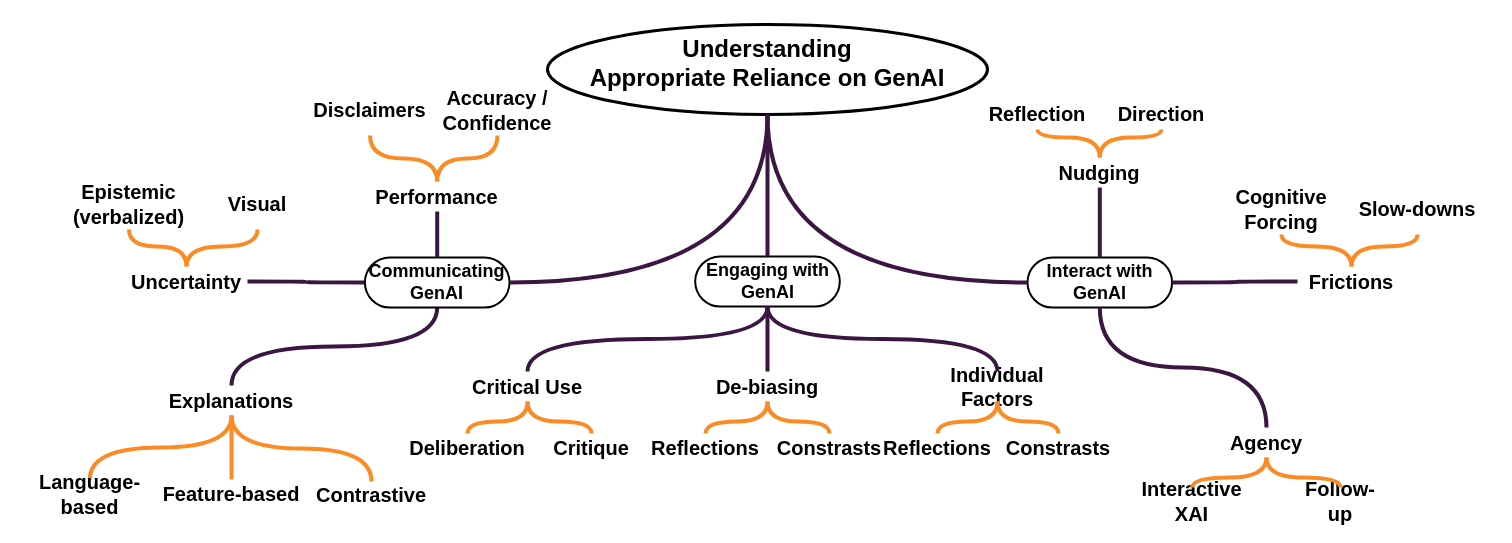
raeeschaudhary/Coursera_Exams keeps this draw.io diagram as ext/chi27-rev-4.1.drawio. Above is the earlier version. Source tidied: cells renumbered, new cells numbered last; positions are measured from the earlier drawing's top-left corner, leaving out a move shared by most shapes. Both pictures are drawn from the tidied source at 100%, with x=0, y=0 at pixel (17, 24).
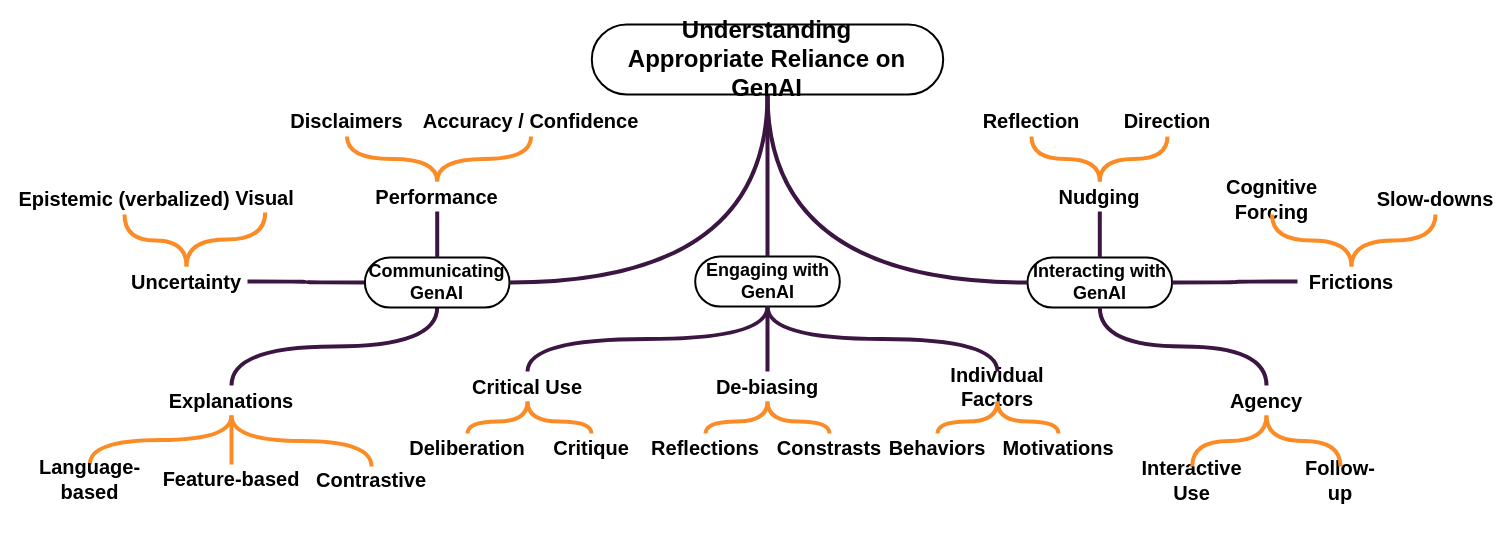
The same page after the edit.

Change to the diagram source:
```diff
@@
-    <mxCell id="2" value="&amp;nbsp;Understanding&amp;nbsp;&lt;div&gt;Appropriate Reliance on GenAI&lt;/div&gt;" style="ellipse;whiteSpace=wrap;html=1;strokeWidth=3;fontFamily=calibri;fontSize=24;fontStyle=1;verticalAlign=top;spacingTop=4;" parent="1" vertex="1">
-      <mxGeometry x="530" width="440" height="90" as="geometry" />
-    </mxCell>
@@
     <mxCell id="13" value="&lt;span style=&quot;font-size: 20px;&quot;&gt;Epistemic (verbalized)&lt;/span&gt;" style="text;html=1;whiteSpace=wrap;strokeColor=none;fillColor=none;align=center;verticalAlign=middle;rounded=0;fontFamily=calibri;fontSize=18;fontStyle=1;" parent="1" vertex="1">
-      <mxGeometry x="40" y="155" width="143" height="50" as="geometry" />
+      <mxGeometry y="160" width="214" height="30" as="geometry" />
     </mxCell>
     <mxCell id="14" value="&lt;span style=&quot;font-size: 20px;&quot;&gt;Visual&lt;/span&gt;" style="text;html=1;whiteSpace=wrap;strokeColor=none;fillColor=none;align=center;verticalAlign=middle;rounded=0;fontFamily=calibri;fontSize=18;fontStyle=1;" parent="1" vertex="1">
-      <mxGeometry x="180" y="155" width="120" height="50" as="geometry" />
+      <mxGeometry x="180" y="160" width="135.3" height="28" as="geometry" />
     </mxCell>
     <mxCell id="15" value="&lt;span&gt;&lt;span style=&quot;font-size:20px;&quot;&gt;Language-based&lt;/span&gt;&lt;/span&gt;" style="text;html=1;whiteSpace=wrap;strokeColor=none;fillColor=none;align=center;verticalAlign=middle;rounded=0;fontFamily=calibri;fontSize=18;fontStyle=1;" parent="1" vertex="1">
-      <mxGeometry y="455" width="144.6" height="30" as="geometry" />
+      <mxGeometry y="440" width="144.6" height="30" as="geometry" />
     </mxCell>
     <mxCell id="16" value="&lt;span style=&quot;font-size: 20px;&quot;&gt;Feature-based&lt;/span&gt;" style="text;html=1;whiteSpace=wrap;strokeColor=none;fillColor=none;align=center;verticalAlign=middle;rounded=0;fontFamily=calibri;fontSize=18;fontStyle=1;" parent="1" vertex="1">
-      <mxGeometry x="136" y="455" width="156" height="30" as="geometry" />
+      <mxGeometry x="136" y="440" width="156" height="30" as="geometry" />
     </mxCell>
     <mxCell id="17" value="&lt;span style=&quot;font-size: 20px;&quot;&gt;Contrastive&lt;/span&gt;" style="text;html=1;whiteSpace=wrap;strokeColor=none;fillColor=none;align=center;verticalAlign=middle;rounded=0;fontFamily=calibri;fontSize=18;fontStyle=1;" parent="1" vertex="1">
-      <mxGeometry x="300" y="457" width="108" height="28" as="geometry" />
+      <mxGeometry x="300" y="442" width="108" height="28" as="geometry" />
     </mxCell>
@@
     <mxCell id="22" value="&lt;span style=&quot;font-size: 20px;&quot;&gt;Disclaimers&lt;/span&gt;" style="text;html=1;whiteSpace=wrap;strokeColor=none;fillColor=none;align=center;verticalAlign=middle;rounded=0;fontFamily=calibri;fontSize=18;fontStyle=1;" parent="1" vertex="1">
-      <mxGeometry x="281" y="61" width="143" height="50" as="geometry" />
+      <mxGeometry x="258" y="82" width="143" height="30" as="geometry" />
     </mxCell>
     <mxCell id="23" value="&lt;span style=&quot;font-size: 20px;&quot;&gt;Accuracy / Confidence&lt;/span&gt;" style="text;html=1;whiteSpace=wrap;strokeColor=none;fillColor=none;align=center;verticalAlign=middle;rounded=0;fontFamily=calibri;fontSize=18;fontStyle=1;" parent="1" vertex="1">
-      <mxGeometry x="420" y="61" width="120" height="50" as="geometry" />
+      <mxGeometry x="394" y="82" width="239" height="30" as="geometry" />
     </mxCell>
@@
-    <mxCell id="40" value="&lt;span style=&quot;font-size: 20px;&quot;&gt;Reflections&lt;/span&gt;" style="text;html=1;whiteSpace=wrap;strokeColor=none;fillColor=none;align=center;verticalAlign=middle;rounded=0;fontFamily=calibri;fontSize=18;fontStyle=1;" parent="1" vertex="1">
+    <mxCell id="40" value="&lt;span style=&quot;font-size: 20px;&quot;&gt;Behaviors&lt;/span&gt;" style="text;html=1;whiteSpace=wrap;strokeColor=none;fillColor=none;align=center;verticalAlign=middle;rounded=0;fontFamily=calibri;fontSize=18;fontStyle=1;" parent="1" vertex="1">
       <mxGeometry x="860" y="409" width="120" height="30" as="geometry" />
     </mxCell>
-    <mxCell id="41" value="&lt;span style=&quot;font-size: 20px;&quot;&gt;Constrasts&lt;/span&gt;" style="text;html=1;whiteSpace=wrap;strokeColor=none;fillColor=none;align=center;verticalAlign=middle;rounded=0;fontFamily=calibri;fontSize=18;fontStyle=1;" parent="1" vertex="1">
+    <mxCell id="41" value="&lt;span style=&quot;font-size: 20px;&quot;&gt;Motivations&lt;/span&gt;" style="text;html=1;whiteSpace=wrap;strokeColor=none;fillColor=none;align=center;verticalAlign=middle;rounded=0;fontFamily=calibri;fontSize=18;fontStyle=1;" parent="1" vertex="1">
       <mxGeometry x="987" y="409" width="108" height="30" as="geometry" />
     </mxCell>
@@
-    <mxCell id="45" value="Interact with GenAI" style="rounded=1;whiteSpace=wrap;html=1;arcSize=50;strokeWidth=2;fontFamily=calibri;fontSize=18;fontStyle=1;" parent="1" vertex="1">
+    <mxCell id="45" value="Interacting with GenAI" style="rounded=1;whiteSpace=wrap;html=1;arcSize=50;strokeWidth=2;fontFamily=calibri;fontSize=18;fontStyle=1;" parent="1" vertex="1">
       <mxGeometry x="1010" y="233" width="144.6" height="50" as="geometry" />
     </mxCell>
@@
     <mxCell id="47" value="Agency" style="text;html=1;whiteSpace=wrap;strokeColor=none;fillColor=none;align=center;verticalAlign=middle;rounded=0;fontFamily=calibri;fontStyle=1;fontSize=20;" parent="1" vertex="1">
-      <mxGeometry x="1169" y="403" width="160" height="30" as="geometry" />
+      <mxGeometry x="1169" y="361" width="160" height="30" as="geometry" />
     </mxCell>
-    <mxCell id="48" value="&lt;span style=&quot;font-size: 20px;&quot;&gt;Interactive XAI&lt;/span&gt;" style="text;html=1;whiteSpace=wrap;strokeColor=none;fillColor=none;align=center;verticalAlign=middle;rounded=0;fontFamily=calibri;fontSize=18;fontStyle=1;" parent="1" vertex="1">
-      <mxGeometry x="1107" y="463" width="135.3" height="28" as="geometry" />
+    <mxCell id="48" value="&lt;span style=&quot;font-size: 20px;&quot;&gt;Interactive Use&lt;/span&gt;" style="text;html=1;whiteSpace=wrap;strokeColor=none;fillColor=none;align=center;verticalAlign=middle;rounded=0;fontFamily=calibri;fontSize=18;fontStyle=1;" parent="1" vertex="1">
+      <mxGeometry x="1107" y="442" width="135.3" height="28" as="geometry" />
     </mxCell>
     <mxCell id="49" value="&lt;span style=&quot;font-size: 20px;&quot;&gt;Follow-up&lt;/span&gt;" style="text;html=1;whiteSpace=wrap;strokeColor=none;fillColor=none;align=center;verticalAlign=middle;rounded=0;fontFamily=calibri;fontSize=18;fontStyle=1;" parent="1" vertex="1">
-      <mxGeometry x="1278" y="463" width="90" height="28" as="geometry" />
+      <mxGeometry x="1278" y="442" width="90" height="28" as="geometry" />
     </mxCell>
@@
     <mxCell id="51" value="Nudging" style="text;html=1;whiteSpace=wrap;strokeColor=none;fillColor=none;align=center;verticalAlign=middle;rounded=0;fontFamily=calibri;fontStyle=1;fontSize=20;" parent="1" vertex="1">
-      <mxGeometry x="1002.3" y="133" width="160" height="30" as="geometry" />
+      <mxGeometry x="1002.3" y="157" width="160" height="30" as="geometry" />
     </mxCell>
@@
     <mxCell id="53" value="&lt;span style=&quot;font-size: 20px;&quot;&gt;Reflection&lt;/span&gt;" style="text;html=1;whiteSpace=wrap;strokeColor=none;fillColor=none;align=center;verticalAlign=middle;rounded=0;fontFamily=calibri;fontSize=18;fontStyle=1;" parent="1" vertex="1">
-      <mxGeometry x="960" y="75" width="120" height="30" as="geometry" />
+      <mxGeometry x="954" y="82" width="120" height="30" as="geometry" />
     </mxCell>
     <mxCell id="54" value="&lt;span style=&quot;font-size: 20px;&quot;&gt;Direction&lt;/span&gt;" style="text;html=1;whiteSpace=wrap;strokeColor=none;fillColor=none;align=center;verticalAlign=middle;rounded=0;fontFamily=calibri;fontSize=18;fontStyle=1;" parent="1" vertex="1">
-      <mxGeometry x="1090" y="75" width="108" height="30" as="geometry" />
+      <mxGeometry x="1096" y="82" width="108" height="30" as="geometry" />
     </mxCell>
@@
     <mxCell id="58" value="&lt;span style=&quot;font-size: 20px;&quot;&gt;Slow-downs&lt;/span&gt;" style="text;html=1;whiteSpace=wrap;strokeColor=none;fillColor=none;align=center;verticalAlign=middle;rounded=0;fontFamily=calibri;fontSize=18;fontStyle=1;" parent="1" vertex="1">
-      <mxGeometry x="1340" y="160" width="120" height="50" as="geometry" />
+      <mxGeometry x="1358" y="160" width="120" height="30" as="geometry" />
     </mxCell>
     <mxCell id="59" value="&lt;span style=&quot;font-size: 20px;&quot;&gt;Cognitive Forcing&lt;/span&gt;" style="text;html=1;whiteSpace=wrap;strokeColor=none;fillColor=none;align=center;verticalAlign=middle;rounded=0;fontFamily=calibri;fontSize=18;fontStyle=1;" parent="1" vertex="1">
-      <mxGeometry x="1210" y="160" width="108" height="50" as="geometry" />
+      <mxGeometry x="1169" y="160" width="171" height="30" as="geometry" />
     </mxCell>
@@
+    <mxCell id="2" value="&lt;span style=&quot;font-size: 24px;&quot;&gt;&amp;nbsp;Understanding&amp;nbsp;&lt;/span&gt;&lt;div style=&quot;font-size: 24px;&quot;&gt;Appropriate Reliance on GenAI&lt;/div&gt;" style="rounded=1;whiteSpace=wrap;html=1;arcSize=50;strokeWidth=2;fontFamily=calibri;fontSize=18;fontStyle=1;" parent="1" vertex="1">
+      <mxGeometry x="574.3" width="351.4" height="70" as="geometry" />
+    </mxCell>
```
